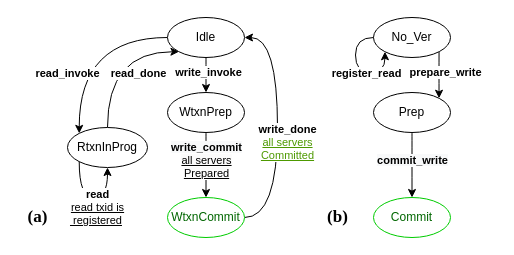
Above: page "ep+" (2 of 2) of assignment/Paper/protocols.drawio in ShabnamRad/VerIso (draw.io), before the change. Source tidied: cells renumbered, new cells numbered last; positions are measured from the earlier drawing's top-left corner, leaving out a move shared by most shapes. Both pictures are drawn from the tidied source at 100%, with x=0, y=0 at pixel (17, 17).
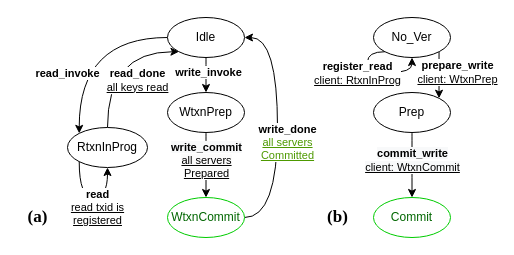
The same page after the edit.

Commit message (it also covers changes not shown here):
guards added to ep+ disgram

The change refers to these unchanged cells:
```xml
<mxCell id="10" style="edgeStyle=orthogonalEdgeStyle;rounded=0;jettySize=auto;html=1;exitX=0.5;exitY=0;exitDx=0;exitDy=0;entryX=0;entryY=1;entryDx=0;entryDy=0;curved=1;" parent="1" edge="1" source="12" target="5">
  <mxGeometry relative="1" as="geometry">
    <Array as="points">
      <mxPoint x="90" y="34" />
    </Array>
  </mxGeometry>
</mxCell>
<mxCell id="12" value="RtxnInProg" style="ellipse;whiteSpace=wrap;html=1;strokeColor=default;" parent="1" vertex="1">
  <mxGeometry x="50" y="110" width="80" height="40" as="geometry" />
</mxCell>
<mxCell id="15" value="No_Ver" style="ellipse;whiteSpace=wrap;html=1;" parent="1" vertex="1">
  <mxGeometry x="356" width="77" height="40" as="geometry" />
</mxCell>
<mxCell id="17" value="Prep" style="ellipse;whiteSpace=wrap;html=1;strokeColor=default;" parent="1" vertex="1">
  <mxGeometry x="356" y="75" width="77" height="40" as="geometry" />
</mxCell>
<mxCell id="18" value="&lt;font color=&quot;#006600&quot;&gt;Commit&lt;/font&gt;" style="ellipse;whiteSpace=wrap;html=1;strokeColor=#00CC00;" parent="1" vertex="1">
  <mxGeometry x="356" y="180" width="77" height="40" as="geometry" />
</mxCell>
```

What changed in the source:
```diff
@@
-    <mxCell id="11" value="&lt;b&gt;read_done&lt;/b&gt;" style="edgeLabel;html=1;align=center;verticalAlign=middle;" parent="10" vertex="1">
+    <mxCell id="11" value="&lt;b&gt;read_done&lt;/b&gt;&lt;br&gt;&lt;u&gt;all keys read&lt;/u&gt;" style="edgeLabel;html=1;align=center;verticalAlign=middle;" parent="10" vertex="1">
       <mxGeometry x="-0.03" y="-12" relative="1" as="geometry">
-        <mxPoint x="18" y="16" as="offset" />
+        <mxPoint x="17" y="23" as="offset" />
       </mxGeometry>
     </mxCell>
@@
-    <mxCell id="13" value="&lt;font color=&quot;#000000&quot;&gt;&lt;b style=&quot;&quot;&gt;read&lt;/b&gt;&lt;br&gt;&lt;u&gt;read txid is&lt;br&gt;&amp;nbsp;registered&lt;/u&gt;&lt;b&gt;&amp;nbsp;&lt;/b&gt;&lt;br&gt;&lt;/font&gt;" style="edgeStyle=orthogonalEdgeStyle;curved=1;rounded=0;orthogonalLoop=1;jettySize=auto;html=1;exitX=0;exitY=1;exitDx=0;exitDy=0;entryX=0.5;entryY=1;entryDx=0;entryDy=0;fontSize=11;fontColor=#CC0000;" parent="1" edge="1" source="12" target="12">
+    <mxCell id="13" value="&lt;font color=&quot;#000000&quot;&gt;&lt;b style=&quot;&quot;&gt;read&lt;/b&gt;&lt;br&gt;&lt;u&gt;read txid is&lt;/u&gt;&lt;br&gt;&amp;nbsp;&lt;u&gt;registered&lt;/u&gt;&lt;b style=&quot;&quot;&gt;&amp;nbsp;&lt;/b&gt;&lt;br&gt;&lt;/font&gt;" style="edgeStyle=orthogonalEdgeStyle;curved=1;rounded=0;orthogonalLoop=1;jettySize=auto;html=1;exitX=0;exitY=1;exitDx=0;exitDy=0;entryX=0.5;entryY=1;entryDx=0;entryDy=0;fontSize=11;fontColor=#CC0000;" parent="1" edge="1" source="12" target="12">
       <mxGeometry x="0.15" y="-10" relative="1" as="geometry">
         <Array as="points">
           <mxPoint x="62" y="180" />
           <mxPoint x="90" y="180" />
         </Array>
       </mxGeometry>
     </mxCell>
-    <mxCell id="14" value="&lt;b style=&quot;&quot;&gt;prepare_write&lt;br&gt;&lt;/b&gt;" style="edgeStyle=orthogonalEdgeStyle;curved=1;rounded=0;jettySize=auto;html=1;exitX=1;exitY=1;exitDx=0;exitDy=0;entryX=1;entryY=0;entryDx=0;entryDy=0;" parent="1" edge="1" source="15" target="17">
-      <mxGeometry x="0.09" y="6" relative="1" as="geometry" />
+    <mxCell id="14" value="&lt;b&gt;prepare_write&lt;/b&gt;&lt;br&gt;&lt;u&gt;client: WtxnPrep&lt;/u&gt;" style="edgeStyle=orthogonalEdgeStyle;curved=1;rounded=0;jettySize=auto;html=1;exitX=1;exitY=1;exitDx=0;exitDy=0;entryX=1;entryY=0;entryDx=0;entryDy=0;" parent="1" edge="1" source="15" target="17">
+      <mxGeometry x="0.09" y="18" relative="1" as="geometry" />
     </mxCell>
@@
-    <mxCell id="16" value="&lt;span style=&quot;font-family: Helvetica; font-size: 11px; font-style: normal; font-variant-ligatures: normal; font-variant-caps: normal; letter-spacing: normal; orphans: 2; text-align: center; text-indent: 0px; text-transform: none; widows: 2; word-spacing: 0px; -webkit-text-stroke-width: 0px; background-color: rgb(248, 249, 250); text-decoration-thickness: initial; text-decoration-style: initial; text-decoration-color: initial; float: none; display: inline !important;&quot;&gt;&lt;font style=&quot;&quot; color=&quot;#000000&quot;&gt;&lt;b&gt;commit_write&lt;br&gt;&lt;/b&gt;&lt;/font&gt;&lt;/span&gt;" style="edgeStyle=orthogonalEdgeStyle;curved=1;rounded=0;jettySize=auto;html=1;exitX=0.5;exitY=1;exitDx=0;exitDy=0;entryX=0.5;entryY=0;entryDx=0;entryDy=0;fontSize=11;fontColor=#CC0000;" parent="1" edge="1" source="17" target="18">
+    <mxCell id="16" value="&lt;span style=&quot;font-family: Helvetica; font-size: 11px; font-style: normal; font-variant-ligatures: normal; font-variant-caps: normal; letter-spacing: normal; orphans: 2; text-align: center; text-indent: 0px; text-transform: none; widows: 2; word-spacing: 0px; -webkit-text-stroke-width: 0px; background-color: rgb(248, 249, 250); text-decoration-thickness: initial; text-decoration-style: initial; text-decoration-color: initial; float: none; display: inline !important;&quot;&gt;&lt;font style=&quot;&quot; color=&quot;#000000&quot;&gt;&lt;b&gt;commit_write&lt;/b&gt;&lt;br&gt;&lt;u&gt;client: WtxnCommit&lt;/u&gt;&lt;br&gt;&lt;/font&gt;&lt;/span&gt;" style="edgeStyle=orthogonalEdgeStyle;curved=1;rounded=0;jettySize=auto;html=1;exitX=0.5;exitY=1;exitDx=0;exitDy=0;entryX=0.5;entryY=0;entryDx=0;entryDy=0;fontSize=11;fontColor=#CC0000;" parent="1" edge="1" source="17" target="18">
       <mxGeometry x="-0.14" relative="1" as="geometry" />
     </mxCell>
@@
-    <mxCell id="19" style="edgeStyle=orthogonalEdgeStyle;rounded=0;orthogonalLoop=1;jettySize=auto;html=1;exitX=0;exitY=0.5;exitDx=0;exitDy=0;entryX=0;entryY=1;entryDx=0;entryDy=0;curved=1;" parent="1" edge="1" source="15" target="15">
+    <mxCell id="19" style="edgeStyle=orthogonalEdgeStyle;rounded=0;orthogonalLoop=1;jettySize=auto;html=1;exitX=0;exitY=1;exitDx=0;exitDy=0;curved=1;entryX=0.5;entryY=1;entryDx=0;entryDy=0;" parent="1" edge="1" source="15" target="15">
       <mxGeometry relative="1" as="geometry">
         <Array as="points">
-          <mxPoint x="338" y="20" />
-          <mxPoint x="338" y="55" />
-          <mxPoint x="367" y="55" />
+          <mxPoint x="350" y="34" />
+          <mxPoint x="350" y="55" />
+          <mxPoint x="394" y="55" />
+          <mxPoint x="394" y="40" />
         </Array>
       </mxGeometry>
     </mxCell>
-    <mxCell id="20" value="&lt;b&gt;register_read&lt;/b&gt;" style="edgeLabel;html=1;align=center;verticalAlign=middle;" parent="19" vertex="1">
+    <mxCell id="20" value="&lt;b&gt;register_read&lt;/b&gt;&lt;br&gt;&lt;u&gt;client: RtxnInProg&lt;/u&gt;" style="edgeLabel;html=1;align=center;verticalAlign=middle;" parent="19" vertex="1">
       <mxGeometry x="-0.17" y="-5" relative="1" as="geometry">
-        <mxPoint x="15" y="10" as="offset" />
+        <mxPoint x="-13" y="-5" as="offset" />
       </mxGeometry>
     </mxCell>
```
